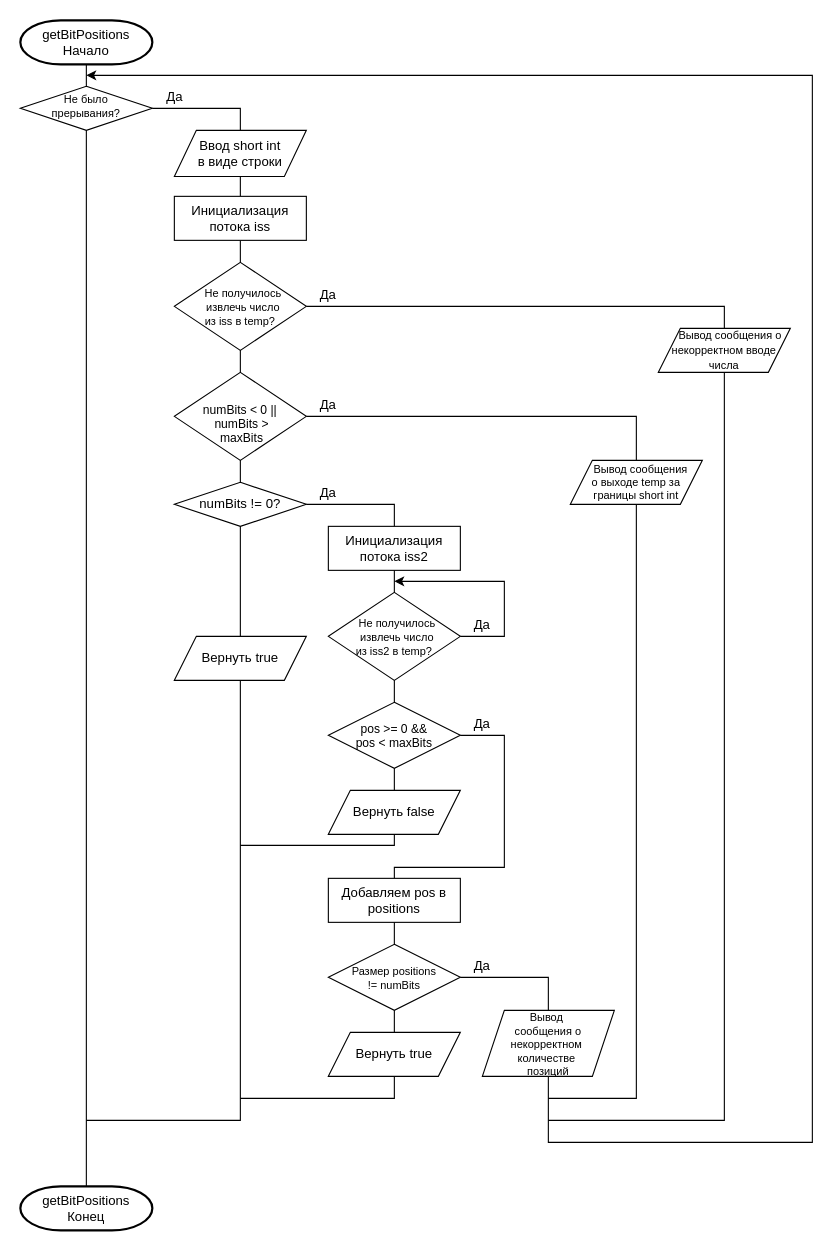
TrueTalentless/OrgOfCAndSSem3 keeps this draw.io diagram as page "getBitPosition" (2 of 4) of images/OrgOfC&S_Scheme.drawio. Above is the earlier version. Source tidied: cells renumbered, new cells numbered last; positions are measured from the earlier drawing's top-left corner, leaving out a move shared by most shapes. Both pictures are drawn from the tidied source at 110%, with x=0, y=0 at pixel (20, 20).
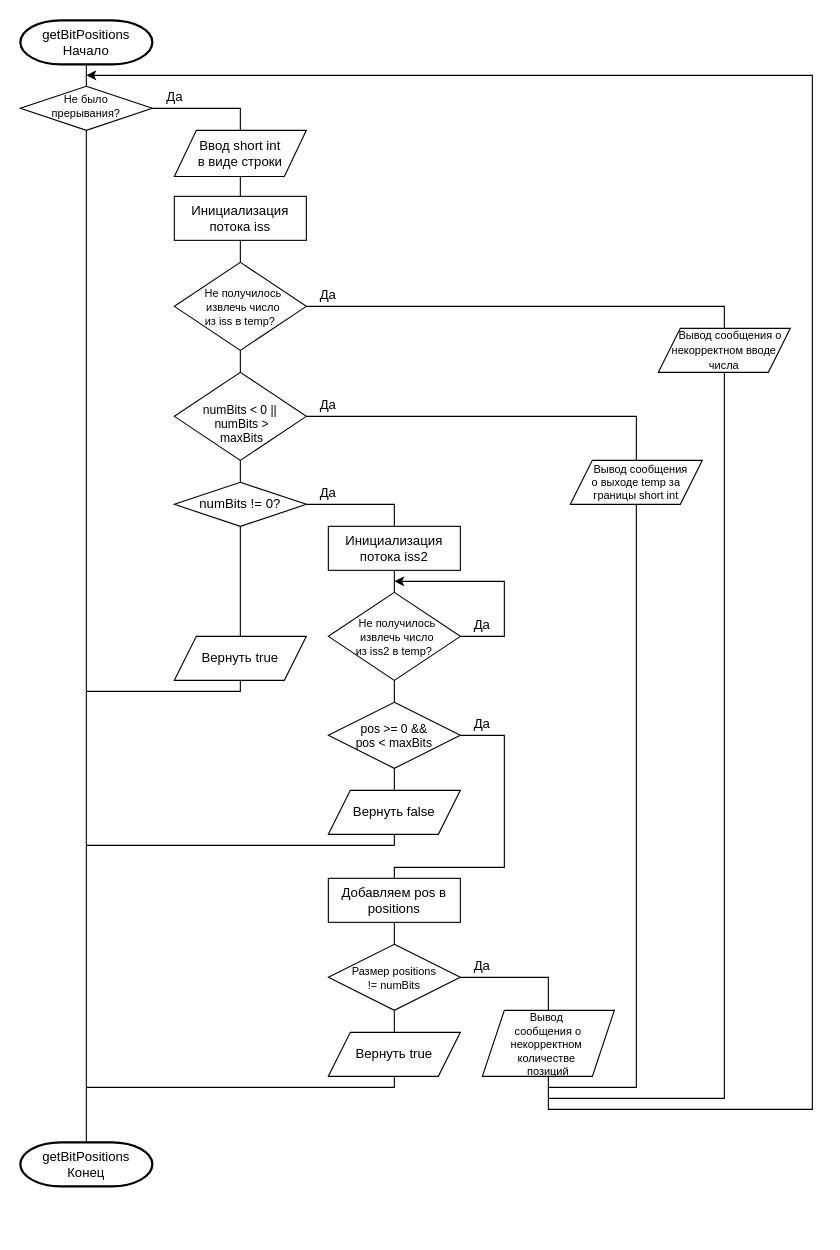
The same page after the edit.

Unchanged cells that the change refers to:
```xml
<mxCell id="13" value="Вернуть true" style="shape=parallelogram;perimeter=parallelogramPerimeter;whiteSpace=wrap;html=1;fixedSize=1;" parent="1" vertex="1">
  <mxGeometry x="140" y="560" width="120" height="40" as="geometry" />
</mxCell>
<mxCell id="19" value="&lt;p style=&quot;line-height: 112%;&quot;&gt;&lt;font style=&quot;font-size: 10px;&quot;&gt;&amp;nbsp; &amp;nbsp; Вывод сообщения о некорректном вводе числа&lt;/font&gt;&lt;/p&gt;" style="shape=parallelogram;perimeter=parallelogramPerimeter;whiteSpace=wrap;html=1;fixedSize=1;" parent="1" vertex="1">
  <mxGeometry x="580" y="280" width="120" height="40" as="geometry" />
</mxCell>
<mxCell id="24" value="Вернуть false" style="shape=parallelogram;perimeter=parallelogramPerimeter;whiteSpace=wrap;html=1;fixedSize=1;" parent="1" vertex="1">
  <mxGeometry x="280" y="700" width="120" height="40" as="geometry" />
</mxCell>
<mxCell id="41" value="&lt;font style=&quot;font-size: 10px;&quot;&gt;Вывод&amp;nbsp;&lt;/font&gt;&lt;div style=&quot;font-size: 10px;&quot;&gt;&lt;span style=&quot;background-color: initial;&quot;&gt;&lt;font style=&quot;font-size: 10px;&quot;&gt;сообщения о некорректном&amp;nbsp;&lt;/font&gt;&lt;/span&gt;&lt;/div&gt;&lt;div style=&quot;font-size: 10px;&quot;&gt;&lt;span style=&quot;background-color: initial;&quot;&gt;&lt;font style=&quot;font-size: 10px;&quot;&gt;количестве&amp;nbsp;&lt;/font&gt;&lt;/span&gt;&lt;/div&gt;&lt;div style=&quot;font-size: 10px;&quot;&gt;&lt;span style=&quot;background-color: initial;&quot;&gt;&lt;font style=&quot;font-size: 10px;&quot;&gt;позиций&lt;/font&gt;&lt;/span&gt;&lt;/div&gt;" style="shape=parallelogram;perimeter=parallelogramPerimeter;whiteSpace=wrap;html=1;fixedSize=1;" parent="1" vertex="1">
  <mxGeometry x="420" y="900" width="120" height="60" as="geometry" />
</mxCell>
<mxCell id="45" value="Вернуть true" style="shape=parallelogram;perimeter=parallelogramPerimeter;whiteSpace=wrap;html=1;fixedSize=1;" parent="1" vertex="1">
  <mxGeometry x="280" y="920" width="120" height="40" as="geometry" />
</mxCell>
<mxCell id="48" value="&lt;div style=&quot;font-size: 10px;&quot;&gt;&lt;font style=&quot;font-size: 10px;&quot;&gt;&amp;nbsp; &amp;nbsp;Вывод&amp;nbsp;&lt;span style=&quot;background-color: initial;&quot;&gt;сообщения&lt;/span&gt;&lt;/font&gt;&lt;/div&gt;&lt;div style=&quot;font-size: 10px;&quot;&gt;&lt;font style=&quot;font-size: 10px;&quot;&gt;о выходе temp за границы short int&lt;/font&gt;&lt;/div&gt;" style="shape=parallelogram;perimeter=parallelogramPerimeter;whiteSpace=wrap;html=1;fixedSize=1;" parent="1" vertex="1">
  <mxGeometry x="500" y="400" width="120" height="40" as="geometry" />
</mxCell>
```

What changed in the source:
```diff
@@
     <mxCell id="11" value="&lt;div&gt;getBitPositions&lt;br&gt;&lt;/div&gt;Конец" style="strokeWidth=2;html=1;shape=mxgraph.flowchart.terminator;whiteSpace=wrap;" parent="1" vertex="1">
-      <mxGeometry y="1060" width="120" height="40" as="geometry" />
+      <mxGeometry y="1020" width="120" height="40" as="geometry" />
     </mxCell>
@@
     <mxCell id="39" style="endArrow=none;html=1;rounded=0;entryX=0.5;entryY=1;entryDx=0;entryDy=0;" parent="1" edge="1" target="24">
       <mxGeometry relative="1" as="geometry">
-        <mxPoint x="200" y="750" as="sourcePoint" />
+        <mxPoint x="60" y="750" as="sourcePoint" />
         <Array as="points">
           <mxPoint x="340" y="750" />
         </Array>
       </mxGeometry>
     </mxCell>
@@
     <mxCell id="42" style="endArrow=classic;html=1;rounded=0;exitX=0.5;exitY=1;exitDx=0;exitDy=0;" parent="1" edge="1" source="41">
       <mxGeometry relative="1" as="geometry">
         <mxPoint x="60" y="50" as="targetPoint" />
         <Array as="points">
-          <mxPoint x="480" y="1020" />
-          <mxPoint x="720" y="1020" />
+          <mxPoint x="480" y="990" />
+          <mxPoint x="720" y="990" />
           <mxPoint x="720" y="50" />
         </Array>
       </mxGeometry>
     </mxCell>
@@
     <mxCell id="47" style="endArrow=none;html=1;rounded=0;entryX=0.5;entryY=1;entryDx=0;entryDy=0;" parent="1" edge="1" target="45">
       <mxGeometry relative="1" as="geometry">
-        <mxPoint x="200" y="980" as="sourcePoint" />
+        <mxPoint x="60" y="970" as="sourcePoint" />
         <Array as="points">
-          <mxPoint x="340" y="980" />
+          <mxPoint x="340" y="970" />
         </Array>
       </mxGeometry>
     </mxCell>
@@
     <mxCell id="50" style="endArrow=none;html=1;rounded=0;exitX=0.5;exitY=1;exitDx=0;exitDy=0;" parent="1" edge="1" source="48">
       <mxGeometry relative="1" as="geometry">
-        <mxPoint x="480" y="980" as="targetPoint" />
+        <mxPoint x="480" y="970" as="targetPoint" />
         <Array as="points">
-          <mxPoint x="560" y="980" />
+          <mxPoint x="560" y="970" />
         </Array>
       </mxGeometry>
     </mxCell>
     <mxCell id="51" style="endArrow=none;html=1;rounded=0;entryX=0.5;entryY=1;entryDx=0;entryDy=0;" parent="1" edge="1" target="19">
       <mxGeometry relative="1" as="geometry">
-        <mxPoint x="480" y="1000" as="sourcePoint" />
+        <mxPoint x="480" y="980" as="sourcePoint" />
         <Array as="points">
-          <mxPoint x="640" y="1000" />
+          <mxPoint x="640" y="980" />
         </Array>
       </mxGeometry>
     </mxCell>
-    <mxCell id="52" style="endArrow=none;html=1;rounded=0;entryX=0.5;entryY=1;entryDx=0;entryDy=0;" parent="1" edge="1" target="13">
-      <mxGeometry relative="1" as="geometry">
-        <mxPoint x="60" y="1000" as="sourcePoint" />
-        <Array as="points">
-          <mxPoint x="200" y="1000" />
-        </Array>
-      </mxGeometry>
-    </mxCell>
+    <mxCell id="53" style="endArrow=none;html=1;rounded=0;entryX=0.5;entryY=1;entryDx=0;entryDy=0;" parent="1" edge="1" target="13">
+      <mxGeometry relative="1" as="geometry">
+        <mxPoint x="60" y="610" as="sourcePoint" />
+        <Array as="points">
+          <mxPoint x="200" y="610" />
+        </Array>
+      </mxGeometry>
+    </mxCell>
```
